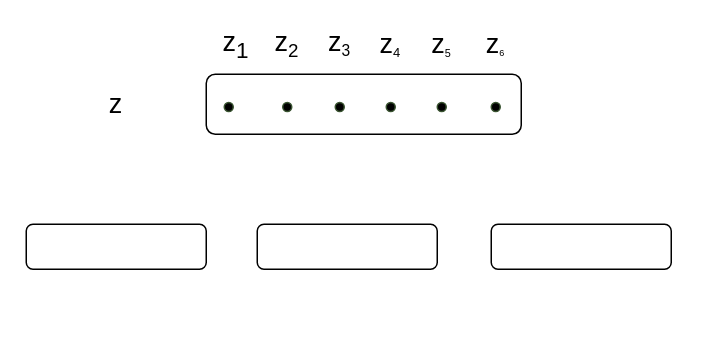
Before: Untitled Diagram.drawio in abdzhangzeyu/draw.io, a draw.io diagram. Source tidied: cells renumbered, new cells numbered last; positions are measured from the earlier drawing's top-left corner, leaving out a move shared by most shapes. Both pictures are drawn from the tidied source at 150%, with x=0, y=0 at pixel (26, 28).
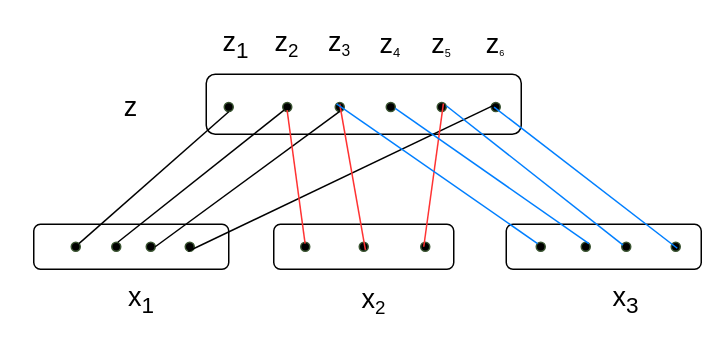
After the change.

The change refers to these unchanged cells:
```xml
<mxCell id="6" style="ellipse;whiteSpace=wrap;html=1;strokeColor=#3A5431;fontColor=#ffffff;fillColor=#000000;" parent="1" vertex="1">
  <mxGeometry x="206" y="48.8" width="6" height="6" as="geometry" />
</mxCell>
<mxCell id="11" style="ellipse;whiteSpace=wrap;html=1;strokeColor=#3A5431;fontColor=#ffffff;fillColor=#000000;" parent="1" vertex="1">
  <mxGeometry x="171" y="48.8" width="6" height="6" as="geometry" />
</mxCell>
```

The edit, as a diff of the source:
```diff
@@
     <mxCell id="3" style="rounded=1;whiteSpace=wrap;html=1;" parent="1" vertex="1">
-      <mxGeometry y="130" width="120" height="30" as="geometry" />
+      <mxGeometry x="5" y="130" width="130" height="30" as="geometry" />
     </mxCell>
     <mxCell id="4" style="rounded=1;whiteSpace=wrap;html=1;fontStyle=1;" parent="1" vertex="1">
-      <mxGeometry x="154" y="130" width="120" height="30" as="geometry" />
+      <mxGeometry x="165" y="130" width="120" height="30" as="geometry" />
     </mxCell>
     <mxCell id="5" style="rounded=1;whiteSpace=wrap;html=1;fontStyle=1;" parent="1" vertex="1">
-      <mxGeometry x="310" y="130" width="120" height="30" as="geometry" />
+      <mxGeometry x="320" y="130" width="130" height="30" as="geometry" />
     </mxCell>
@@
     <mxCell id="7" value="&lt;font style=&quot;font-size: 18px&quot;&gt;z&lt;/font&gt;" style="text;html=1;strokeColor=none;fillColor=none;align=center;verticalAlign=middle;whiteSpace=wrap;rounded=0;" parent="1" vertex="1">
-      <mxGeometry x="40" y="40" width="40" height="20" as="geometry" />
+      <mxGeometry x="50" y="41.8" width="40" height="20" as="geometry" />
     </mxCell>
@@
     <mxCell id="13" value="&lt;span style=&quot;font-size: 18px&quot;&gt;z&lt;sub&gt;1&lt;/sub&gt;&lt;/span&gt;" style="text;html=1;strokeColor=none;fillColor=none;align=center;verticalAlign=middle;whiteSpace=wrap;rounded=0;" parent="1" vertex="1">
-      <mxGeometry x="120" y="1" width="40" height="20" as="geometry" />
+      <mxGeometry x="120" width="40" height="21" as="geometry" />
     </mxCell>
@@
+    <mxCell id="19" style="ellipse;whiteSpace=wrap;html=1;strokeColor=#3A5431;fontColor=#ffffff;fillColor=#000000;" parent="1" vertex="1">
+      <mxGeometry x="30" y="142" width="6" height="6" as="geometry" />
+    </mxCell>
+    <mxCell id="20" style="ellipse;whiteSpace=wrap;html=1;strokeColor=#3A5431;fontColor=#ffffff;fillColor=#000000;" parent="1" vertex="1">
+      <mxGeometry x="57" y="142" width="6" height="6" as="geometry" />
+    </mxCell>
+    <mxCell id="21" style="ellipse;whiteSpace=wrap;html=1;strokeColor=#3A5431;fontColor=#ffffff;fillColor=#000000;" parent="1" vertex="1">
+      <mxGeometry x="80" y="142" width="6" height="6" as="geometry" />
+    </mxCell>
+    <mxCell id="22" style="ellipse;whiteSpace=wrap;html=1;strokeColor=#3A5431;fontColor=#ffffff;fillColor=#000000;" parent="1" vertex="1">
+      <mxGeometry x="106" y="142" width="6" height="6" as="geometry" />
+    </mxCell>
+    <mxCell id="23" style="endArrow=none;html=1;exitX=1;exitY=0;exitDx=0;exitDy=0;" parent="1" edge="1" source="19">
+      <mxGeometry relative="1" as="geometry">
+        <mxPoint x="135" y="55" as="targetPoint" />
+      </mxGeometry>
+    </mxCell>
+    <mxCell id="24" style="endArrow=none;html=1;entryX=0;entryY=1;entryDx=0;entryDy=0;" parent="1" edge="1" target="11">
+      <mxGeometry relative="1" as="geometry">
+        <mxPoint x="61" y="142" as="sourcePoint" />
+      </mxGeometry>
+    </mxCell>
+    <mxCell id="25" style="endArrow=none;html=1;entryX=0;entryY=0;entryDx=0;entryDy=0;" parent="1" edge="1">
+      <mxGeometry relative="1" as="geometry">
+        <mxPoint x="108" y="148" as="sourcePoint" />
+        <mxPoint x="311.9" y="50.6" as="targetPoint" />
+      </mxGeometry>
+    </mxCell>
+    <mxCell id="26" style="endArrow=none;html=1;entryX=0.5;entryY=1;entryDx=0;entryDy=0;exitX=1;exitY=0.5;exitDx=0;exitDy=0;" parent="1" edge="1" source="21" target="6">
+      <mxGeometry relative="1" as="geometry" />
+    </mxCell>
+    <mxCell id="27" style="ellipse;whiteSpace=wrap;html=1;strokeColor=#3A5431;fontColor=#ffffff;fillColor=#000000;" parent="1" vertex="1">
+      <mxGeometry x="183" y="142" width="6" height="6" as="geometry" />
+    </mxCell>
+    <mxCell id="28" style="ellipse;whiteSpace=wrap;html=1;strokeColor=#3A5431;fontColor=#ffffff;fillColor=#000000;" parent="1" vertex="1">
+      <mxGeometry x="222" y="142" width="6" height="6" as="geometry" />
+    </mxCell>
+    <mxCell id="29" style="ellipse;whiteSpace=wrap;html=1;strokeColor=#3A5431;fontColor=#ffffff;fillColor=#000000;" parent="1" vertex="1">
+      <mxGeometry x="263" y="142" width="6" height="6" as="geometry" />
+    </mxCell>
+    <mxCell id="30" value="&lt;span style=&quot;font-size: 18px&quot;&gt;x&lt;sub&gt;1&lt;/sub&gt;&lt;/span&gt;" style="text;html=1;strokeColor=none;fillColor=none;align=center;verticalAlign=middle;whiteSpace=wrap;rounded=0;" parent="1" vertex="1">
+      <mxGeometry x="57" y="170" width="40" height="21" as="geometry" />
+    </mxCell>
+    <mxCell id="31" value="&lt;span style=&quot;font-size: 18px&quot;&gt;x&lt;/span&gt;&lt;span style=&quot;font-size: 15px&quot;&gt;&lt;sub&gt;2&lt;/sub&gt;&lt;/span&gt;" style="text;html=1;strokeColor=none;fillColor=none;align=center;verticalAlign=middle;whiteSpace=wrap;rounded=0;" parent="1" vertex="1">
+      <mxGeometry x="212" y="170" width="40" height="21" as="geometry" />
+    </mxCell>
+    <mxCell id="32" value="&lt;span style=&quot;font-size: 18px&quot;&gt;x&lt;sub&gt;3&lt;/sub&gt;&lt;/span&gt;" style="text;html=1;strokeColor=none;fillColor=none;align=center;verticalAlign=middle;whiteSpace=wrap;rounded=0;" parent="1" vertex="1">
+      <mxGeometry x="380" y="170" width="40" height="21" as="geometry" />
+    </mxCell>
+    <mxCell id="33" style="endArrow=none;html=1;exitX=0;exitY=0;exitDx=0;exitDy=0;entryX=0;entryY=1;entryDx=0;entryDy=0;fillColor=#cdeb8b;strokeColor=#FF3333;" parent="1" edge="1">
+      <mxGeometry relative="1" as="geometry">
+        <mxPoint x="185.9" y="142.9" as="sourcePoint" />
+        <mxPoint x="173.9" y="53.9" as="targetPoint" />
+      </mxGeometry>
+    </mxCell>
+    <mxCell id="34" style="endArrow=none;html=1;exitX=1;exitY=1;exitDx=0;exitDy=0;strokeColor=#FF3333;" parent="1" edge="1">
+      <mxGeometry relative="1" as="geometry">
+        <mxPoint x="226.1" y="147.1" as="sourcePoint" />
+        <mxPoint x="209" y="50" as="targetPoint" />
+      </mxGeometry>
+    </mxCell>
+    <mxCell id="35" style="endArrow=none;html=1;exitX=1;exitY=0.5;exitDx=0;exitDy=0;entryX=1;entryY=0;entryDx=0;entryDy=0;strokeColor=#FF3333;" parent="1" edge="1">
+      <mxGeometry relative="1" as="geometry">
+        <mxPoint x="265" y="145" as="sourcePoint" />
+        <mxPoint x="278.1" y="49.6" as="targetPoint" />
+      </mxGeometry>
+    </mxCell>
+    <mxCell id="36" style="ellipse;whiteSpace=wrap;html=1;strokeColor=#3A5431;fontColor=#ffffff;fillColor=#000000;" parent="1" vertex="1">
+      <mxGeometry x="397" y="142" width="6" height="6" as="geometry" />
+    </mxCell>
+    <mxCell id="37" style="ellipse;whiteSpace=wrap;html=1;strokeColor=#3A5431;fontColor=#ffffff;fillColor=#000000;" parent="1" vertex="1">
+      <mxGeometry x="370" y="142" width="6" height="6" as="geometry" />
+    </mxCell>
+    <mxCell id="38" style="ellipse;whiteSpace=wrap;html=1;strokeColor=#3A5431;fontColor=#ffffff;fillColor=#000000;" parent="1" vertex="1">
+      <mxGeometry x="340" y="142" width="6" height="6" as="geometry" />
+    </mxCell>
+    <mxCell id="39" style="ellipse;whiteSpace=wrap;html=1;strokeColor=#3A5431;fontColor=#ffffff;fillColor=#000000;" parent="1" vertex="1">
+      <mxGeometry x="430" y="142" width="6" height="6" as="geometry" />
+    </mxCell>
+    <mxCell id="40" style="endArrow=none;html=1;exitX=0;exitY=0;exitDx=0;exitDy=0;entryX=0;entryY=0;entryDx=0;entryDy=0;strokeColor=#007FFF;" parent="1" edge="1" source="38" target="6">
+      <mxGeometry relative="1" as="geometry" />
+    </mxCell>
+    <mxCell id="41" style="endArrow=none;html=1;entryX=1;entryY=0.5;entryDx=0;entryDy=0;exitX=1;exitY=0;exitDx=0;exitDy=0;strokeColor=#007FFF;" parent="1" edge="1" source="37">
+      <mxGeometry relative="1" as="geometry">
+        <mxPoint x="246" y="52.8" as="targetPoint" />
+      </mxGeometry>
+    </mxCell>
+    <mxCell id="42" style="endArrow=none;html=1;exitX=0;exitY=0;exitDx=0;exitDy=0;strokeColor=#007FFF;" parent="1" edge="1">
+      <mxGeometry relative="1" as="geometry">
+        <mxPoint x="397.9" y="143.9" as="sourcePoint" />
+        <mxPoint x="280" y="51" as="targetPoint" />
+      </mxGeometry>
+    </mxCell>
+    <mxCell id="43" style="endArrow=none;html=1;exitX=0.5;exitY=1;exitDx=0;exitDy=0;entryX=0;entryY=1;entryDx=0;entryDy=0;strokeColor=#007FFF;" parent="1" edge="1">
+      <mxGeometry relative="1" as="geometry">
+        <mxPoint x="434" y="146" as="sourcePoint" />
+        <mxPoint x="311.9" y="51.9" as="targetPoint" />
+      </mxGeometry>
+    </mxCell>
```
